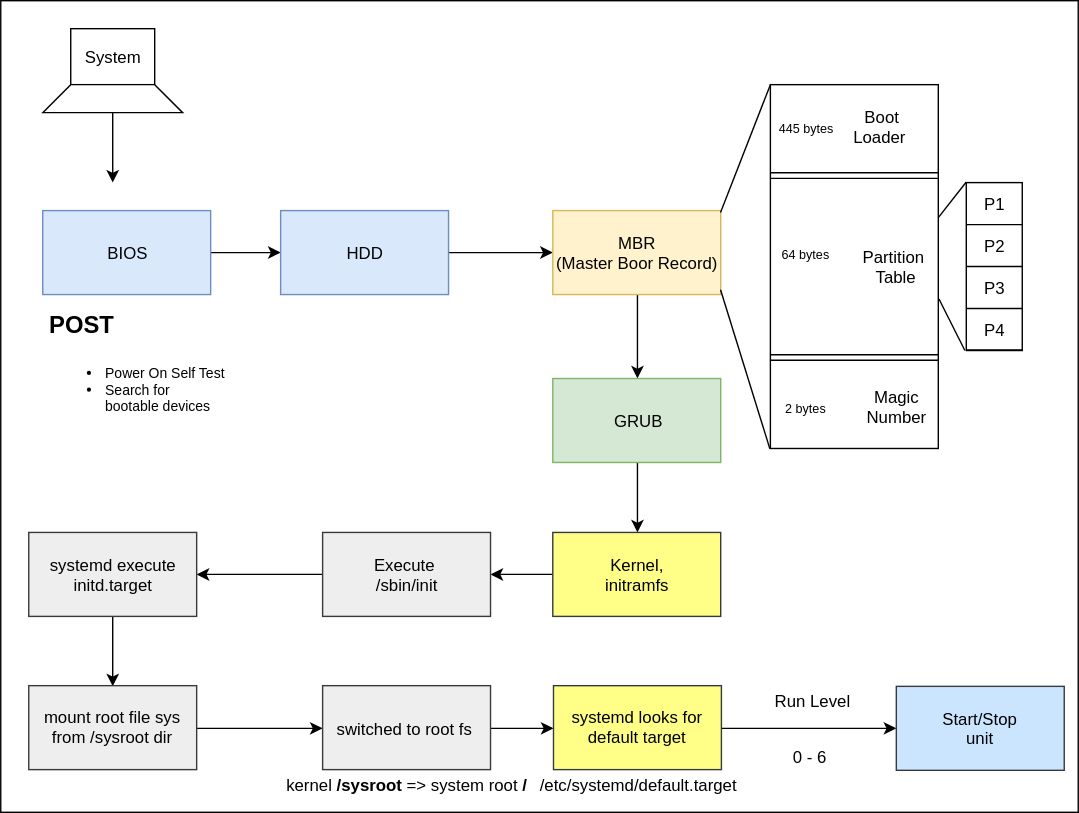
ramdevcm/mypreps keeps this draw.io diagram as src/linux/booting/booting.drawio.svg. Above is the earlier version. Source tidied: cells renumbered, new cells last; positions are measured from the earlier drawing's top-left corner, leaving out a move shared by most shapes.
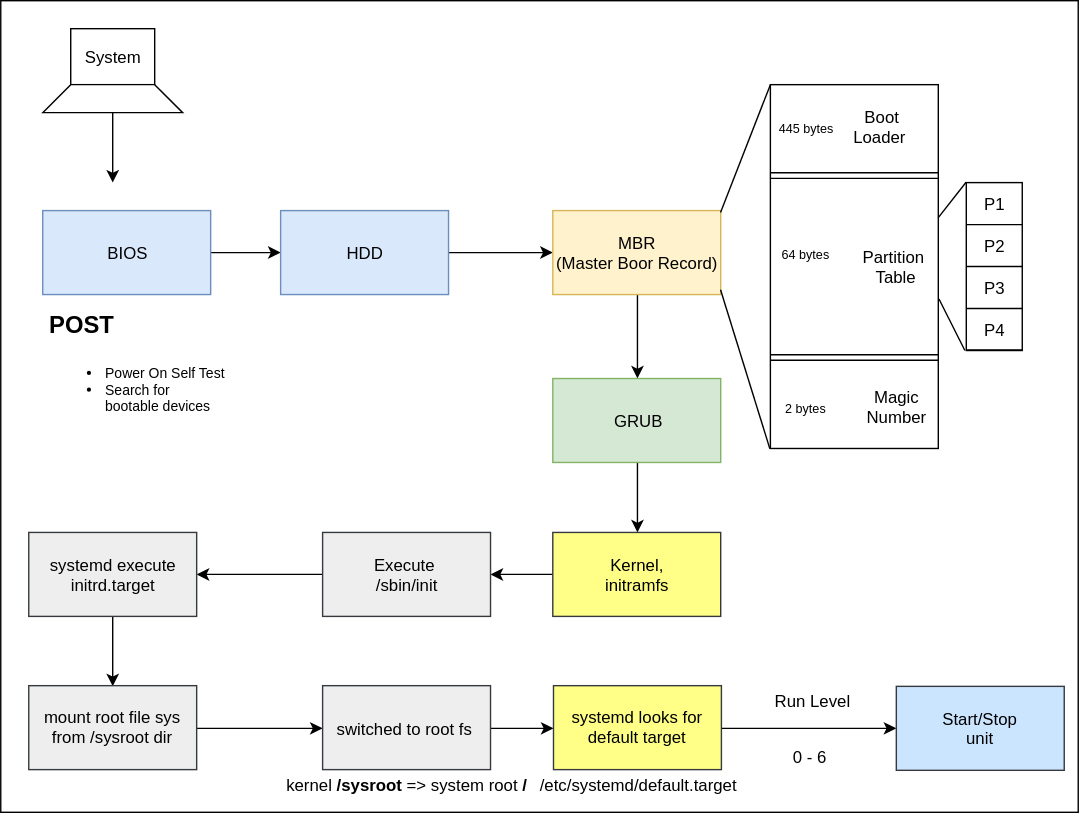
The same diagram one commit later.

What changed in the source:
```diff
@@ -85,7 +85,7 @@
     <mxCell id="28" style="edgeStyle=orthogonalEdgeStyle;rounded=0;jettySize=auto;html=1;entryX=0.5;entryY=0;entryDx=0;entryDy=0;" parent="1" edge="1" source="29" target="31">
       <mxGeometry relative="1" as="geometry" />
     </mxCell>
-    <mxCell id="29" value="systemd execute&lt;br&gt;initd.target" style="rounded=0;whiteSpace=wrap;html=1;fillColor=#eeeeee;strokeColor=#36393d;" parent="1" vertex="1">
+    <mxCell id="29" value="systemd execute&lt;br&gt;initrd.target" style="rounded=0;whiteSpace=wrap;html=1;fillColor=#eeeeee;strokeColor=#36393d;" parent="1" vertex="1">
       <mxGeometry x="20" y="380" width="120" height="60" as="geometry" />
     </mxCell>
     <mxCell id="30" style="edgeStyle=orthogonalEdgeStyle;rounded=0;jettySize=auto;html=1;entryX=0;entryY=0.5;entryDx=0;entryDy=0;" parent="1" edge="1" source="31" target="33">
```
